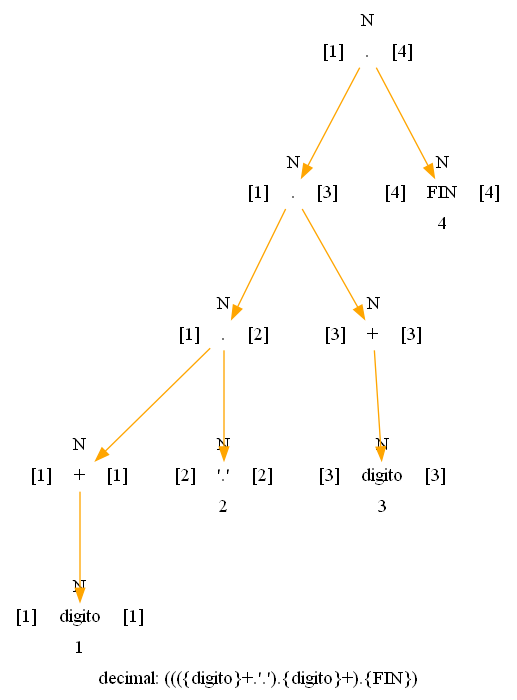
The Graphviz diagram ARBOLES_202004765/Arbol_decimal.png in PikaGuty/OLC1_Proyecto1_202004765, before a commit. Its source is kept beside it as ARBOLES_202004765/Arbol_decimal.dot.
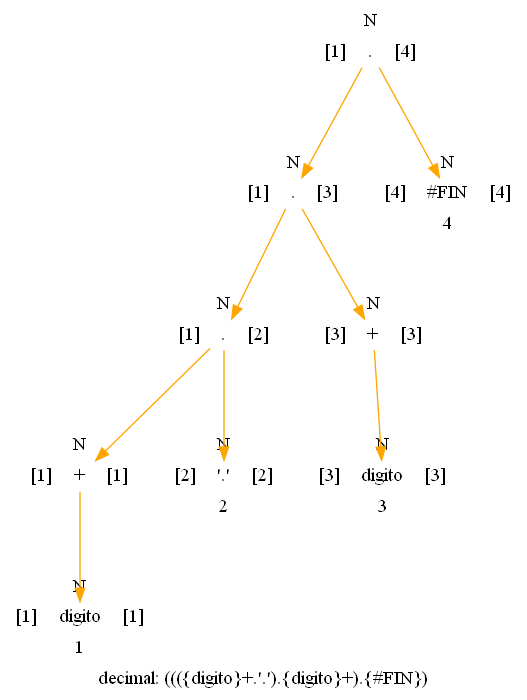
Above is the later version.

Diff of the diagram source:
```diff
@@ -1,6 +1,6 @@
 digraph structs {
     node [shape=record];
-    label = "decimal: ((({digito}+.'.').{digito}+).{FIN})";
+    label = "decimal: ((({digito}+.'.').{digito}+).{#FIN})";
     Nodo9 [label="{ N |{[1]|<here> . |[4]}| }" color="white"];
     Nodo7 [label="{ N |{[1]|<here> . |[3]}| }" color="white"];
     Nodo4 [label="{ N |{[1]|<here> . |[2]}| }" color="white"];
@@ -9,7 +9,7 @@
     Nodo3 [label="{ N |{[2]|<here> '.' |[2]}| 2}" color="white"];
     Nodo6 [label="{ N |{[3]|<here> + |[3]}| }" color="white"];
     Nodo5 [label="{ N |{[3]|<here> digito |[3]}| 3}" color="white"];
-    Nodo8 [label="{ N |{[4]|<here> FIN |[4]}| 4}" color="white"];
+    Nodo8 [label="{ N |{[4]|<here> #FIN |[4]}| 4}" color="white"];
     Nodo9:here -> Nodo7:here [color="orange"];
     Nodo9:here -> Nodo8:here [color="orange"];
     Nodo7:here -> Nodo4:here [color="orange"];
```
